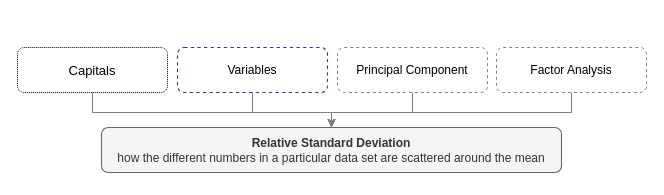
This is relative std deviation.drawio from dealchre/gradDrawio, a draw.io file, before an edit. Source tidied: cells renumbered, new cells numbered last; positions are measured from the earlier drawing's top-left corner, leaving out a move shared by most shapes. Both pictures are drawn from the tidied source at 100%, with x=0, y=0 at pixel (17, 47).
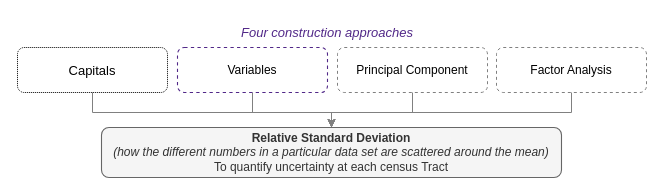
Above is the later version.

What changed in the source:
```diff
@@
 <mxGraphModel>
   <root>
     <mxCell id="0" />
     <mxCell id="1" parent="0" />
     <mxCell id="2" style="edgeStyle=orthogonalEdgeStyle;rounded=0;jettySize=auto;html=1;exitX=0.5;exitY=1;exitDx=0;exitDy=0;strokeColor=#808080;" parent="1" edge="1" source="3" target="10">
       <mxGeometry relative="1" as="geometry" />
     </mxCell>
     <mxCell id="3" value="Variables" style="text;html=1;strokeColor=#512888;fillColor=none;align=center;verticalAlign=middle;whiteSpace=wrap;rounded=1;fontSize=12;fontColor=default;dashed=1;strokeWidth=1.1;labelBorderColor=none;labelBackgroundColor=none;" parent="1" vertex="1">
       <mxGeometry x="160" width="150" height="45" as="geometry" />
     </mxCell>
     <mxCell id="4" style="edgeStyle=orthogonalEdgeStyle;rounded=0;jettySize=auto;html=1;exitX=0.5;exitY=1;exitDx=0;exitDy=0;entryX=0.5;entryY=0;entryDx=0;entryDy=0;strokeColor=#808080;" parent="1" edge="1" source="5" target="10">
       <mxGeometry relative="1" as="geometry">
         <Array as="points">
           <mxPoint x="75" y="65" />
           <mxPoint x="314" y="65" />
         </Array>
       </mxGeometry>
     </mxCell>
     <mxCell id="5" value="&lt;font color=&quot;#000000&quot;&gt;Capitals&lt;/font&gt;" style="text;html=1;strokeColor=#000000;fillColor=none;align=center;verticalAlign=middle;whiteSpace=wrap;rounded=1;fontSize=13;fontColor=#666666;dashed=1;dashPattern=1 1;" parent="1" vertex="1">
       <mxGeometry width="150" height="45" as="geometry" />
     </mxCell>
     <mxCell id="6" style="edgeStyle=orthogonalEdgeStyle;rounded=0;jettySize=auto;html=1;exitX=0.5;exitY=1;exitDx=0;exitDy=0;entryX=0.5;entryY=0;entryDx=0;entryDy=0;strokeColor=#808080;" parent="1" edge="1" source="7" target="10">
       <mxGeometry relative="1" as="geometry" />
     </mxCell>
     <mxCell id="7" value="&lt;font color=&quot;#000000&quot;&gt;Principal Component&lt;/font&gt;" style="text;html=1;strokeColor=#808080;fillColor=none;align=center;verticalAlign=middle;whiteSpace=wrap;rounded=1;glass=0;shadow=0;fontColor=#666666;dashed=1;" parent="1" vertex="1">
       <mxGeometry x="320" width="150" height="45" as="geometry" />
     </mxCell>
     <mxCell id="8" style="edgeStyle=orthogonalEdgeStyle;rounded=0;jettySize=auto;html=1;exitX=0.5;exitY=1;exitDx=0;exitDy=0;strokeColor=#808080;" parent="1" edge="1" source="9" target="10">
       <mxGeometry relative="1" as="geometry">
         <Array as="points">
           <mxPoint x="554" y="65" />
           <mxPoint x="314" y="65" />
         </Array>
       </mxGeometry>
     </mxCell>
     <mxCell id="9" value="&lt;font color=&quot;#000000&quot;&gt;Factor Analysis&lt;/font&gt;" style="text;html=1;strokeColor=#808080;fillColor=none;align=center;verticalAlign=middle;whiteSpace=wrap;rounded=1;glass=0;shadow=0;fontColor=#666666;dashed=1;" parent="1" vertex="1">
       <mxGeometry x="479" width="150" height="45" as="geometry" />
     </mxCell>
-    <mxCell id="10" value="&lt;b&gt;Relative Standard Deviation&lt;/b&gt;&lt;br&gt;how the different numbers in a particular data set are scattered around the mean" style="text;html=1;strokeColor=#666666;fillColor=#f5f5f5;align=center;verticalAlign=middle;whiteSpace=wrap;rounded=1;fontSize=12;fontColor=#333333;strokeWidth=1.1;labelBorderColor=none;labelBackgroundColor=none;" parent="1" vertex="1">
-      <mxGeometry x="84" y="80" width="460" height="45" as="geometry" />
+    <mxCell id="10" value="&lt;b&gt;Relative Standard Deviation&lt;/b&gt;&lt;br&gt;&lt;i&gt;(how the different numbers in a particular data set are scattered around the mean)&lt;/i&gt;&lt;br&gt;To quantify uncertainty at each census Tract" style="text;html=1;strokeColor=#666666;fillColor=#f5f5f5;align=center;verticalAlign=middle;whiteSpace=wrap;rounded=1;fontSize=12;fontColor=#333333;strokeWidth=1.1;labelBorderColor=none;labelBackgroundColor=none;" parent="1" vertex="1">
+      <mxGeometry x="84" y="80" width="460" height="50" as="geometry" />
     </mxCell>
+    <mxCell id="11" value="Four construction approaches" style="text;html=1;strokeColor=none;fillColor=none;align=center;verticalAlign=middle;whiteSpace=wrap;rounded=0;fontSize=13;fontStyle=2;fontColor=#512888;" parent="1" vertex="1">
+      <mxGeometry y="-30" width="620" height="30" as="geometry" />
+    </mxCell>
   </root>
 </mxGraphModel>
```
